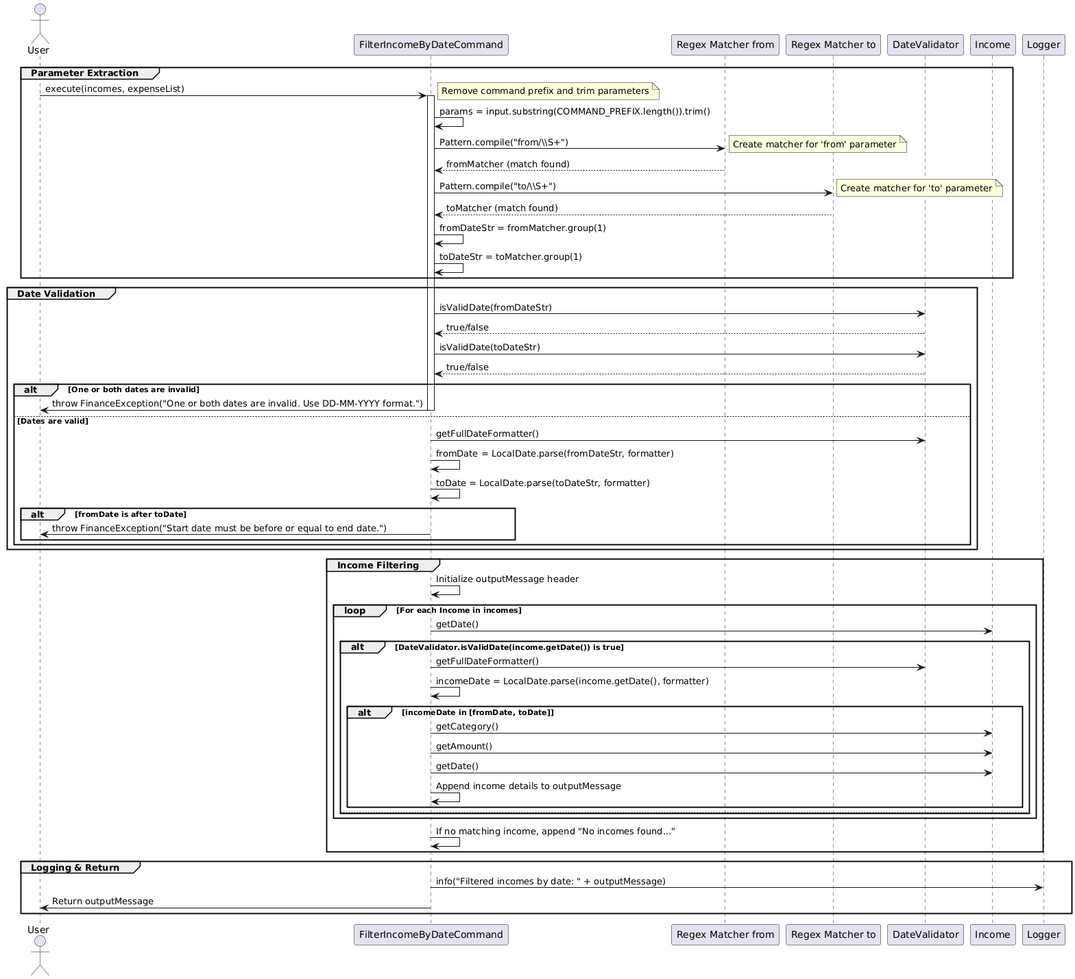
Earlier version of the PlantUML export docs/diagrams/FilterIncomeByDateCommandSequence.png (thienkimtranhoang/tp).
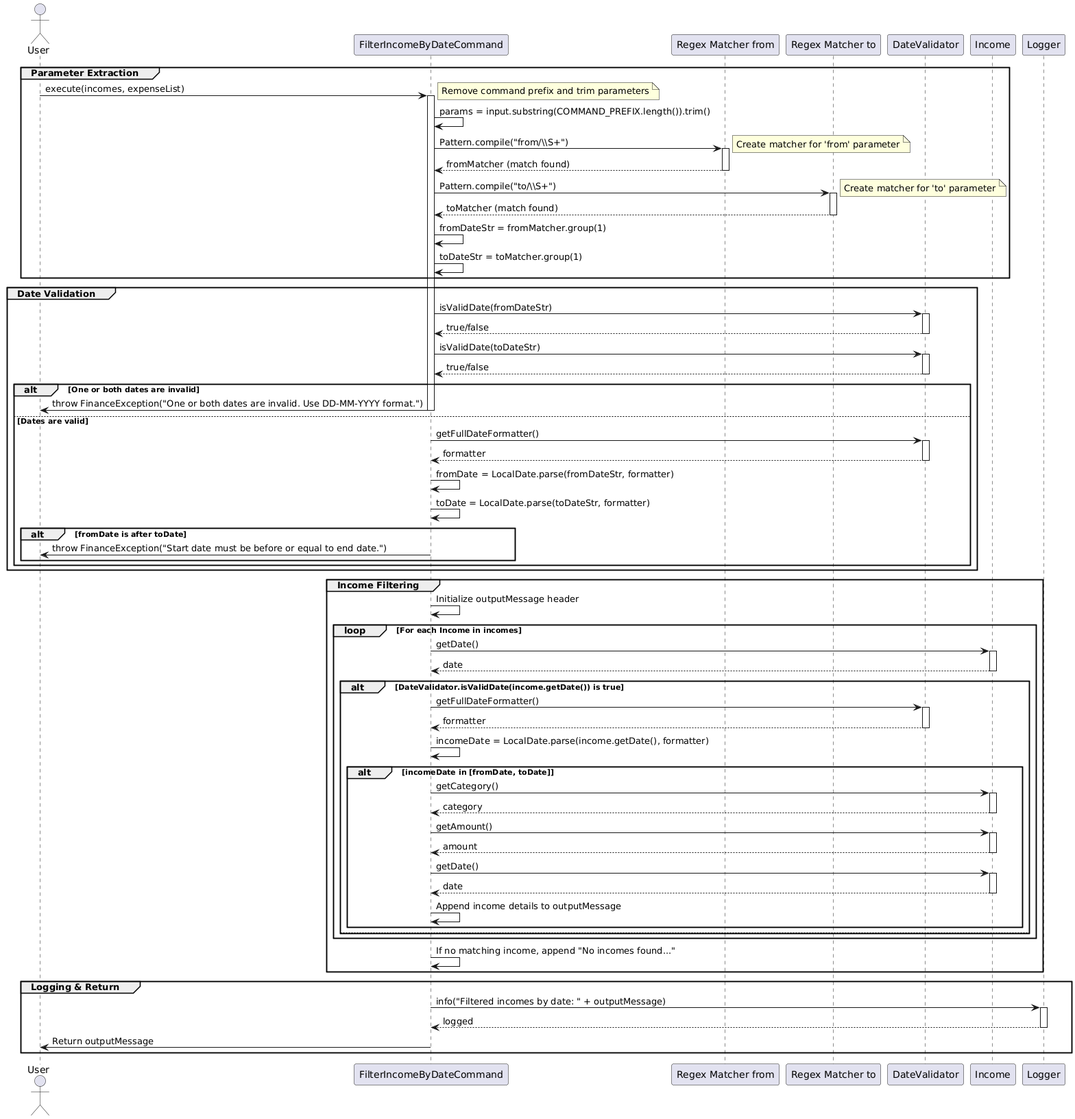
Above is the later version.

Change to the diagram source:
```diff
@@ -14,12 +14,16 @@
     Command -> Command: params = input.substring(COMMAND_PREFIX.length()).trim()
 
     Command -> MatcherFrom: Pattern.compile("from/\\\\S+")
+    activate MatcherFrom
     note right: Create matcher for 'from' parameter
     MatcherFrom --> Command: fromMatcher (match found)
+    deactivate MatcherFrom
 
     Command -> MatcherTo: Pattern.compile("to/\\\\S+")
+    activate MatcherTo
     note right: Create matcher for 'to' parameter
     MatcherTo --> Command: toMatcher (match found)
+    deactivate MatcherTo
 
     Command -> Command: fromDateStr = fromMatcher.group(1)
     Command -> Command: toDateStr = toMatcher.group(1)
@@ -27,17 +31,27 @@
 
 group Date Validation
     Command -> DV: isValidDate(fromDateStr)
+    activate DV
     DV --> Command: true/false
+    deactivate DV
+
     Command -> DV: isValidDate(toDateStr)
+    activate DV
     DV --> Command: true/false
+    deactivate DV
 
     alt One or both dates are invalid
         Command -> User: throw FinanceException("One or both dates are invalid. Use DD-MM-YYYY format.")
         deactivate Command
     else Dates are valid
         Command -> DV: getFullDateFormatter()
+        activate DV
+        DV --> Command: formatter
+        deactivate DV
+
         Command -> Command: fromDate = LocalDate.parse(fromDateStr, formatter)
         Command -> Command: toDate = LocalDate.parse(toDateStr, formatter)
+
         alt fromDate is after toDate
             Command -> User: throw FinanceException("Start date must be before or equal to end date.")
             deactivate Command
@@ -49,13 +63,33 @@
     Command -> Command: Initialize outputMessage header
     loop For each Income in incomes
         Command -> Income: getDate()
+        activate Income
+        Income --> Command: date
+        deactivate Income
+
         alt DateValidator.isValidDate(income.getDate()) is true
             Command -> DV: getFullDateFormatter()
+            activate DV
+            DV --> Command: formatter
+            deactivate DV
+
             Command -> Command: incomeDate = LocalDate.parse(income.getDate(), formatter)
             alt incomeDate in [fromDate, toDate]
                 Command -> Income: getCategory()
+                activate Income
+                Income --> Command: category
+                deactivate Income
+
                 Command -> Income: getAmount()
+                activate Income
+                Income --> Command: amount
+                deactivate Income
+
                 Command -> Income: getDate()
+                activate Income
+                Income --> Command: date
+                deactivate Income
+
                 Command -> Command: Append income details to outputMessage
             end
         else
@@ -67,6 +101,10 @@
 
 group Logging & Return
     Command -> Logger: info("Filtered incomes by date: " + outputMessage)
+    activate Logger
+    Logger --> Command: logged
+    deactivate Logger
+
     Command -> User: Return outputMessage
     deactivate Command
 end
```
